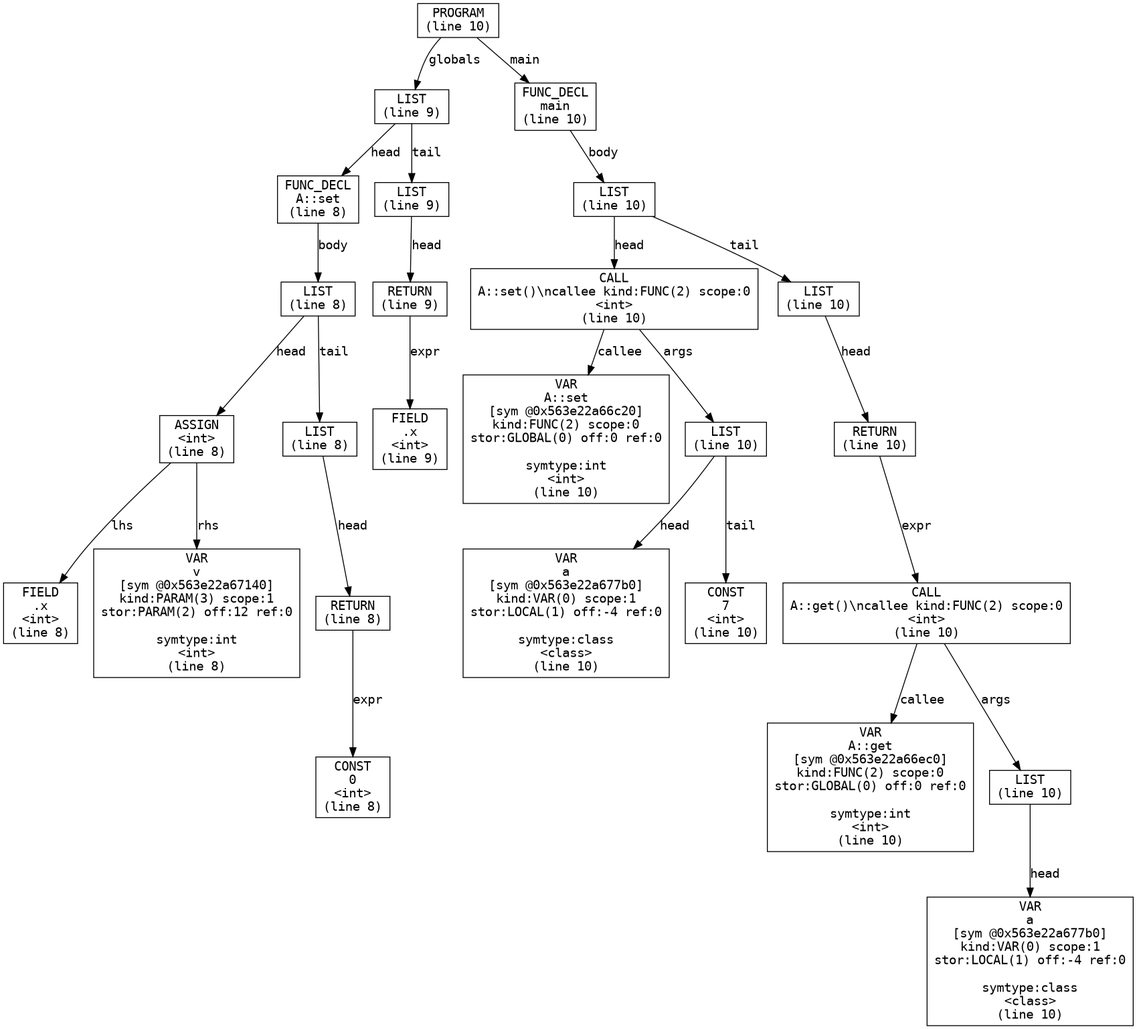
Earlier version of the Graphviz export codegen/ast.png (kalamakis/Cpp-compiler). Its source is kept beside it as codegen/ast.dot.
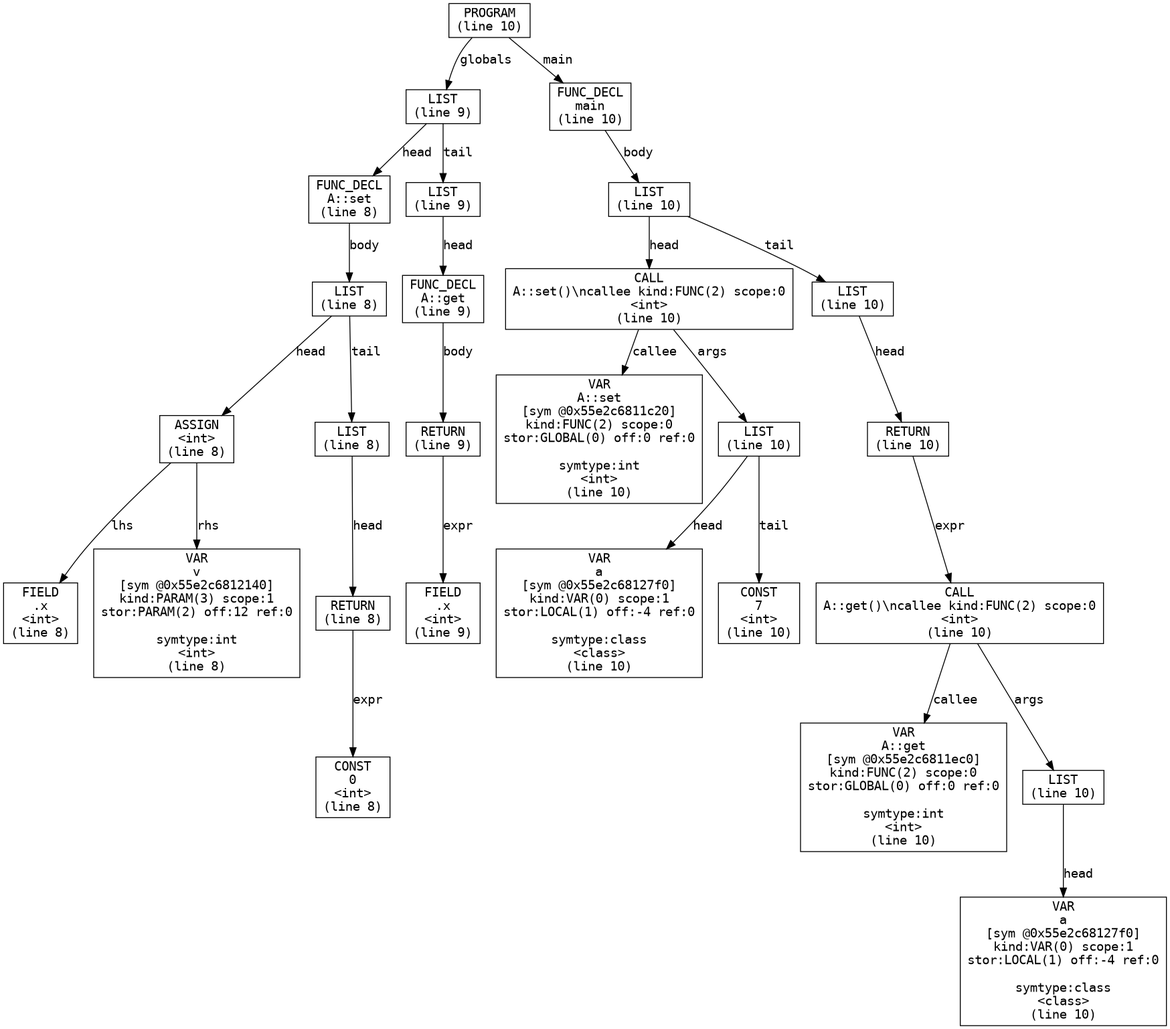
After the commit.

The edit, as a diff of the source:
```diff
@@ -8,7 +8,7 @@
   n4 [label="ASSIGN\n<int>\n(line 8)"];
   n5 [label="FIELD\n.x\n<int>\n(line 8)"];
   n4 -> n5 [label="lhs"];
-  n6 [label="VAR\nv\n[sym @0x563e22a67140]\nkind:PARAM(3) scope:1\nstor:PARAM(2) off:12 ref:0\n\nsymtype:int\n<int>\n(line 8)"];
+  n6 [label="VAR\nv\n[sym @0x55e2c6812140]\nkind:PARAM(3) scope:1\nstor:PARAM(2) off:12 ref:0\n\nsymtype:int\n<int>\n(line 8)"];
   n4 -> n6 [label="rhs"];
   n3 -> n4 [label="head"];
   n7 [label="LIST\n(line 8)"];
@@ -20,36 +20,38 @@
   n2 -> n3 [label="body"];
   n1 -> n2 [label="head"];
   n10 [label="LIST\n(line 9)"];
-  n11 [label="RETURN\n(line 9)"];
-  n12 [label="FIELD\n.x\n<int>\n(line 9)"];
-  n11 -> n12 [label="expr"];
+  n11 [label="FUNC_DECL\nA::get\n(line 9)"];
+  n12 [label="RETURN\n(line 9)"];
+  n13 [label="FIELD\n.x\n<int>\n(line 9)"];
+  n12 -> n13 [label="expr"];
+  n11 -> n12 [label="body"];
   n10 -> n11 [label="head"];
   n1 -> n10 [label="tail"];
   n0 -> n1 [label="globals"];
-  n13 [label="FUNC_DECL\nmain\n(line 10)"];
-  n14 [label="LIST\n(line 10)"];
-  n15 [label="CALL\nA::set()\\ncallee kind:FUNC(2) scope:0\n<int>\n(line 10)"];
-  n16 [label="VAR\nA::set\n[sym @0x563e22a66c20]\nkind:FUNC(2) scope:0\nstor:GLOBAL(0) off:0 ref:0\n\nsymtype:int\n<int>\n(line 10)"];
-  n15 -> n16 [label="callee"];
-  n17 [label="LIST\n(line 10)"];
-  n18 [label="VAR\na\n[sym @0x563e22a677b0]\nkind:VAR(0) scope:1\nstor:LOCAL(1) off:-4 ref:0\n\nsymtype:class\n<class>\n(line 10)"];
-  n17 -> n18 [label="head"];
-  n19 [label="CONST\n7\n<int>\n(line 10)"];
-  n17 -> n19 [label="tail"];
-  n15 -> n17 [label="args"];
-  n14 -> n15 [label="head"];
-  n20 [label="LIST\n(line 10)"];
-  n21 [label="RETURN\n(line 10)"];
-  n22 [label="CALL\nA::get()\\ncallee kind:FUNC(2) scope:0\n<int>\n(line 10)"];
-  n23 [label="VAR\nA::get\n[sym @0x563e22a66ec0]\nkind:FUNC(2) scope:0\nstor:GLOBAL(0) off:0 ref:0\n\nsymtype:int\n<int>\n(line 10)"];
-  n22 -> n23 [label="callee"];
-  n24 [label="LIST\n(line 10)"];
-  n25 [label="VAR\na\n[sym @0x563e22a677b0]\nkind:VAR(0) scope:1\nstor:LOCAL(1) off:-4 ref:0\n\nsymtype:class\n<class>\n(line 10)"];
-  n24 -> n25 [label="head"];
-  n22 -> n24 [label="args"];
-  n21 -> n22 [label="expr"];
-  n20 -> n21 [label="head"];
-  n14 -> n20 [label="tail"];
-  n13 -> n14 [label="body"];
-  n0 -> n13 [label="main"];
+  n14 [label="FUNC_DECL\nmain\n(line 10)"];
+  n15 [label="LIST\n(line 10)"];
+  n16 [label="CALL\nA::set()\\ncallee kind:FUNC(2) scope:0\n<int>\n(line 10)"];
+  n17 [label="VAR\nA::set\n[sym @0x55e2c6811c20]\nkind:FUNC(2) scope:0\nstor:GLOBAL(0) off:0 ref:0\n\nsymtype:int\n<int>\n(line 10)"];
+  n16 -> n17 [label="callee"];
+  n18 [label="LIST\n(line 10)"];
+  n19 [label="VAR\na\n[sym @0x55e2c68127f0]\nkind:VAR(0) scope:1\nstor:LOCAL(1) off:-4 ref:0\n\nsymtype:class\n<class>\n(line 10)"];
+  n18 -> n19 [label="head"];
+  n20 [label="CONST\n7\n<int>\n(line 10)"];
+  n18 -> n20 [label="tail"];
+  n16 -> n18 [label="args"];
+  n15 -> n16 [label="head"];
+  n21 [label="LIST\n(line 10)"];
+  n22 [label="RETURN\n(line 10)"];
+  n23 [label="CALL\nA::get()\\ncallee kind:FUNC(2) scope:0\n<int>\n(line 10)"];
+  n24 [label="VAR\nA::get\n[sym @0x55e2c6811ec0]\nkind:FUNC(2) scope:0\nstor:GLOBAL(0) off:0 ref:0\n\nsymtype:int\n<int>\n(line 10)"];
+  n23 -> n24 [label="callee"];
+  n25 [label="LIST\n(line 10)"];
+  n26 [label="VAR\na\n[sym @0x55e2c68127f0]\nkind:VAR(0) scope:1\nstor:LOCAL(1) off:-4 ref:0\n\nsymtype:class\n<class>\n(line 10)"];
+  n25 -> n26 [label="head"];
+  n23 -> n25 [label="args"];
+  n22 -> n23 [label="expr"];
+  n21 -> n22 [label="head"];
+  n15 -> n21 [label="tail"];
+  n14 -> n15 [label="body"];
+  n0 -> n14 [label="main"];
 }
```
